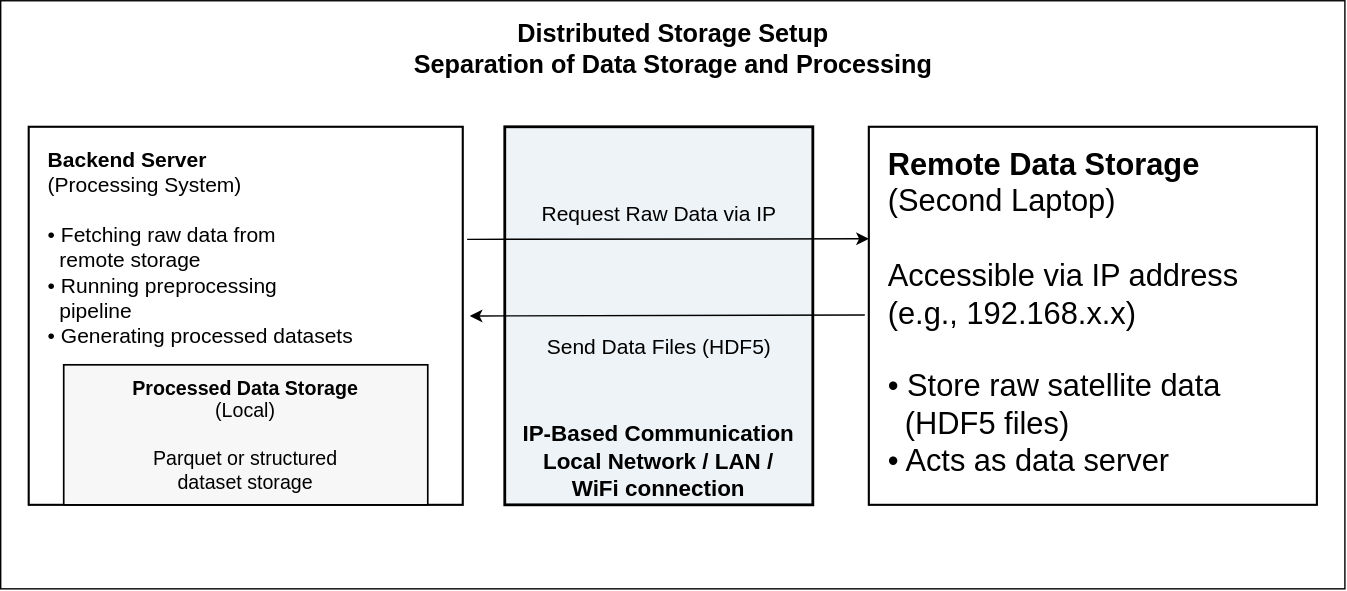
The draw.io diagram fig2.svg in IshanG2111/Draw.io, before a commit. Source tidied: cells renumbered, new cells last; positions are measured from the earlier drawing's top-left corner, leaving out a move shared by most shapes.
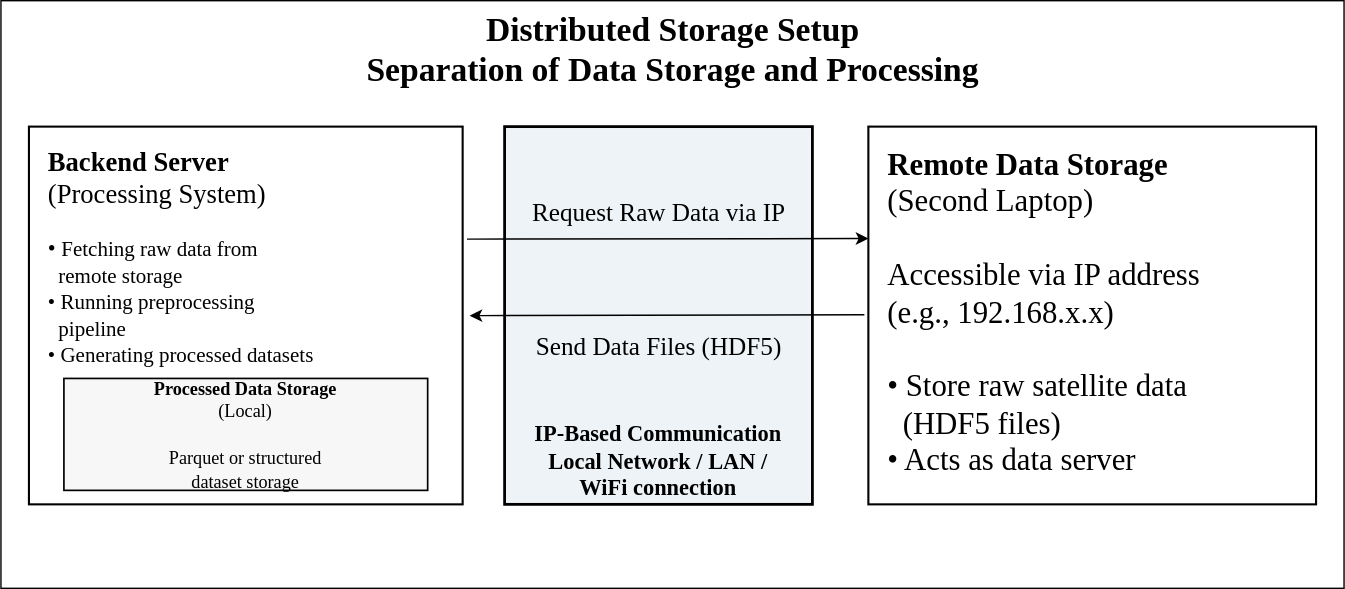
Later version of the same file.

The edit, as a diff of the source:
```diff
@@ -5,25 +5,25 @@
     <mxCell id="2" style="rounded=0;whiteSpace=wrap;html=1;strokeWidth=1;" parent="1" vertex="1">
       <mxGeometry width="960" height="420" as="geometry" />
     </mxCell>
-    <mxCell id="3" value="&lt;b&gt;Distributed Storage Setup&lt;/b&gt;&lt;br/&gt;Separation of Data Storage and Processing" style="text;html=1;align=center;verticalAlign=middle;fontSize=18;fontStyle=1;spacing=2;" parent="1" vertex="1">
+    <mxCell id="3" value="&lt;font face=&quot;Times New Roman&quot; style=&quot;font-size: 24px;&quot;&gt;&lt;b style=&quot;&quot;&gt;Distributed Storage Setup&lt;/b&gt;&lt;br&gt;Separation of Data Storage and Processing&lt;/font&gt;" style="text;html=1;align=center;verticalAlign=middle;fontSize=18;fontStyle=1;spacing=2;" parent="1" vertex="1">
       <mxGeometry x="250" y="10" width="460" height="50" as="geometry" />
     </mxCell>
-    <mxCell id="4" value="&lt;font style=&quot;font-size: 15px;&quot;&gt;&lt;b style=&quot;&quot;&gt;Backend Server&lt;/b&gt;&lt;br&gt;(Processing System)&lt;br&gt;&lt;br&gt;• Fetching raw data from&lt;br&gt;&amp;nbsp;&amp;nbsp;remote storage&lt;br&gt;• Running preprocessing&lt;br&gt;&amp;nbsp;&amp;nbsp;pipeline&lt;br&gt;• Generating processed datasets&lt;/font&gt;" style="rounded=0;whiteSpace=wrap;html=1;align=left;verticalAlign=top;spacingLeft=12;spacingTop=8;strokeWidth=1.5;fontSize=14;" parent="1" vertex="1">
+    <mxCell id="4" value="&lt;font style=&quot;&quot; face=&quot;Times New Roman&quot;&gt;&lt;font style=&quot;font-size: 19px;&quot;&gt;&lt;b style=&quot;&quot;&gt;Backend Server&lt;/b&gt;&lt;br&gt;(Processing System)&lt;/font&gt;&lt;br&gt;&lt;br&gt;&lt;span style=&quot;font-size: 16px;&quot;&gt;• &lt;/span&gt;&lt;font style=&quot;font-size: 15px;&quot;&gt;Fetching raw data from&lt;br&gt;&amp;nbsp;&amp;nbsp;remote storage&lt;br&gt;• Running preprocessing&lt;br&gt;&amp;nbsp;&amp;nbsp;pipeline&lt;br&gt;• Generating processed datasets&lt;/font&gt;&lt;/font&gt;" style="rounded=0;whiteSpace=wrap;html=1;align=left;verticalAlign=top;spacingLeft=12;spacingTop=8;strokeWidth=1.5;fontSize=14;" parent="1" vertex="1">
       <mxGeometry x="20" y="90" width="310" height="270" as="geometry" />
     </mxCell>
-    <mxCell id="5" value="&lt;b&gt;Processed Data Storage&lt;/b&gt;&lt;br/&gt;(Local)&lt;br/&gt;&lt;br/&gt;Parquet or structured&lt;br/&gt;dataset storage" style="rounded=0;whiteSpace=wrap;html=1;align=center;verticalAlign=middle;spacing=4;strokeWidth=1.2;fontSize=14;fillColor=#f7f7f7;" parent="1" vertex="1">
-      <mxGeometry x="45" y="260" width="260" height="100" as="geometry" />
+    <mxCell id="5" value="&lt;font face=&quot;Times New Roman&quot; style=&quot;font-size: 13px;&quot;&gt;&lt;b&gt;Processed Data Storage&lt;/b&gt;&lt;br&gt;(Local)&lt;br&gt;&lt;br&gt;Parquet or structured&lt;br&gt;dataset storage&lt;/font&gt;" style="rounded=0;whiteSpace=wrap;html=1;align=center;verticalAlign=middle;spacing=4;strokeWidth=1.2;fontSize=14;fillColor=#f7f7f7;" parent="1" vertex="1">
+      <mxGeometry x="45" y="270" width="260" height="80" as="geometry" />
     </mxCell>
-    <mxCell id="6" value="&lt;b&gt;IP-Based Communication&lt;/b&gt;&lt;br/&gt;Local Network / LAN /&lt;br/&gt;WiFi connection" style="rounded=0;whiteSpace=wrap;html=1;align=center;verticalAlign=bottom;spacingTop=200;strokeColor=default;fillColor=#eef3f7;gradientColor=none;fontSize=16;fontStyle=1;strokeWidth=2;" parent="1" vertex="1">
+    <mxCell id="6" value="&lt;font face=&quot;Times New Roman&quot;&gt;&lt;b&gt;IP-Based Communication&lt;/b&gt;&lt;br&gt;Local Network / LAN /&lt;br&gt;WiFi connection&lt;/font&gt;" style="rounded=0;whiteSpace=wrap;html=1;align=center;verticalAlign=bottom;spacingTop=200;strokeColor=default;fillColor=#eef3f7;gradientColor=none;fontSize=16;fontStyle=1;strokeWidth=2;" parent="1" vertex="1">
       <mxGeometry x="360" y="90" width="220" height="270" as="geometry" />
     </mxCell>
-    <mxCell id="7" value="Request Raw Data via IP" style="text;html=1;align=center;verticalAlign=middle;fontSize=15;" parent="1" vertex="1">
+    <mxCell id="7" value="&lt;font face=&quot;Times New Roman&quot; style=&quot;font-size: 18px;&quot;&gt;Request Raw Data via IP&lt;/font&gt;" style="text;html=1;align=center;verticalAlign=middle;fontSize=15;" parent="1" vertex="1">
       <mxGeometry x="375" y="140" width="190" height="25" as="geometry" />
     </mxCell>
-    <mxCell id="8" value="Send Data Files (HDF5)" style="text;html=1;align=center;verticalAlign=middle;fontSize=15;" parent="1" vertex="1">
+    <mxCell id="8" value="&lt;font face=&quot;Times New Roman&quot; style=&quot;font-size: 18px;&quot;&gt;Send Data Files (HDF5)&lt;/font&gt;" style="text;html=1;align=center;verticalAlign=middle;fontSize=15;" parent="1" vertex="1">
       <mxGeometry x="375" y="235" width="190" height="25" as="geometry" />
     </mxCell>
-    <mxCell id="9" value="&lt;font style=&quot;font-size: 22px;&quot;&gt;&lt;b style=&quot;&quot;&gt;Remote Data Storage&lt;/b&gt;&lt;br&gt;(Second Laptop)&lt;br&gt;&lt;br&gt;Accessible via IP address&lt;br&gt;(e.g., 192.168.x.x)&lt;br&gt;&lt;br&gt;• Store raw satellite data&lt;br&gt;&amp;nbsp;&amp;nbsp;(HDF5 files)&lt;br&gt;• Acts as data server&lt;/font&gt;" style="rounded=0;whiteSpace=wrap;html=1;align=left;verticalAlign=top;spacingLeft=12;spacingTop=8;strokeWidth=1.5;fontSize=14;" parent="1" vertex="1">
+    <mxCell id="9" value="&lt;font style=&quot;font-size: 22px;&quot; face=&quot;Times New Roman&quot;&gt;&lt;b style=&quot;&quot;&gt;Remote Data Storage&lt;/b&gt;&lt;br&gt;(Second Laptop)&lt;br&gt;&lt;br&gt;Accessible via IP address&lt;br&gt;(e.g., 192.168.x.x)&lt;br&gt;&lt;br&gt;• Store raw satellite data&lt;br&gt;&amp;nbsp;&amp;nbsp;(HDF5 files)&lt;br&gt;• Acts as data server&lt;/font&gt;" style="rounded=0;whiteSpace=wrap;html=1;align=left;verticalAlign=top;spacingLeft=12;spacingTop=8;strokeWidth=1.5;fontSize=14;" parent="1" vertex="1">
       <mxGeometry x="620" y="90" width="320" height="270" as="geometry" />
     </mxCell>
     <mxCell id="10" style="endArrow=classic;html=1;rounded=0;entryX=0.005;entryY=0.406;entryDx=0;entryDy=0;entryPerimeter=0;exitX=0.999;exitY=0.393;exitDx=0;exitDy=0;exitPerimeter=0;" parent="1" edge="1">
```
